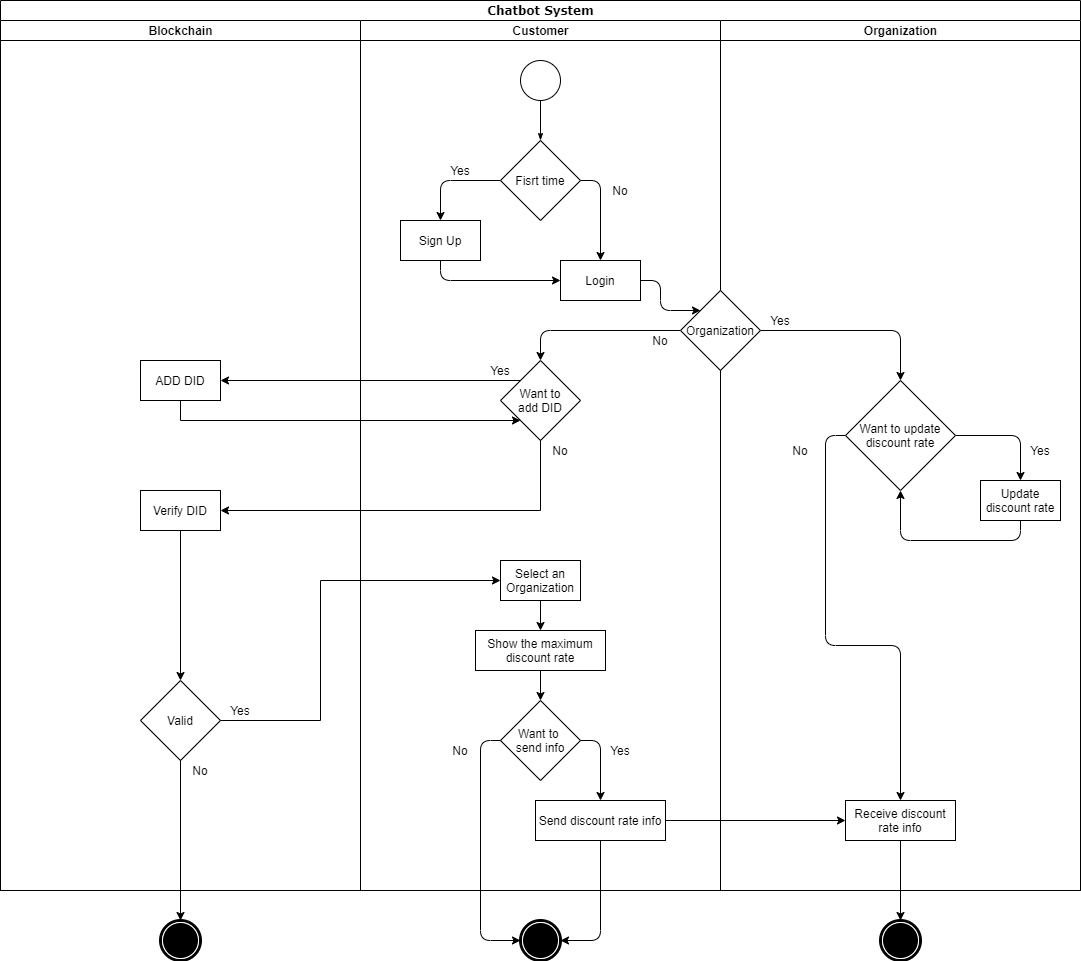
Earlier version of the draw.io export Diagram.png (jisu-uos/Diagram). Source tidied: cells renumbered, new cells last; positions are measured from the earlier drawing's top-left corner, leaving out a move shared by most shapes.
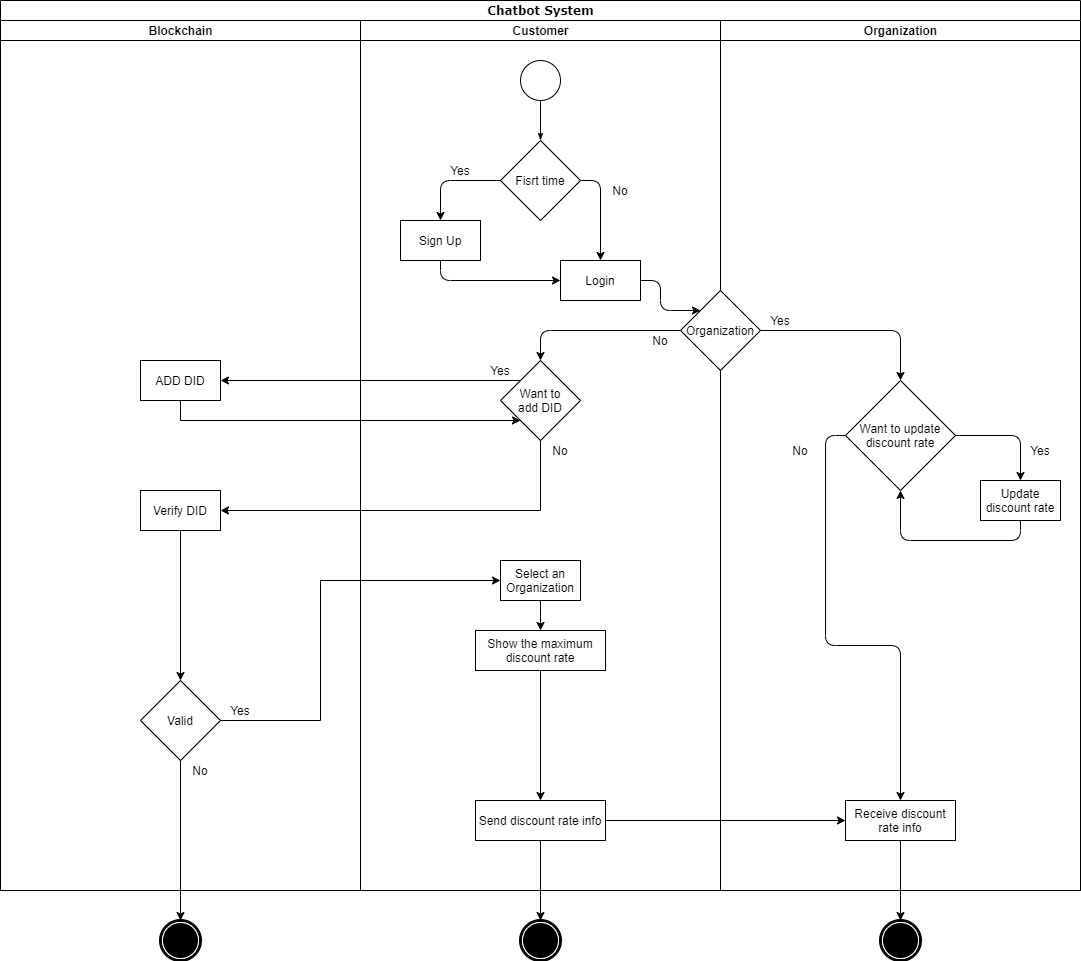
Above is the later version.

Diff of the diagram source:
```diff
@@ -44,12 +44,12 @@
     <mxCell id="15" value="Yes" style="text;html=1;strokeColor=none;fillColor=none;align=center;verticalAlign=middle;whiteSpace=wrap;" parent="11" vertex="1">
       <mxGeometry x="80" y="140" width="40" height="20" as="geometry" />
     </mxCell>
-    <mxCell id="16" value="No" style="text;html=1;strokeColor=none;fillColor=none;align=center;verticalAlign=middle;whiteSpace=wrap;" parent="11" vertex="1">
-      <mxGeometry x="80" y="720" width="40" height="20" as="geometry" />
-    </mxCell>
     <mxCell id="17" value="Yes" style="text;html=1;strokeColor=none;fillColor=none;align=center;verticalAlign=middle;whiteSpace=wrap;" parent="11" vertex="1">
       <mxGeometry x="120" y="340" width="40" height="20" as="geometry" />
     </mxCell>
+    <mxCell id="32" value="Send discount rate info" style="whiteSpace=wrap;html=1;" parent="11" vertex="1">
+      <mxGeometry x="115" y="780" width="130" height="40" as="geometry" />
+    </mxCell>
     <mxCell id="18" value="Want to&lt;br&gt;add DID" style="rhombus;whiteSpace=wrap;html=1;" parent="11" vertex="1">
       <mxGeometry x="140" y="340" width="80" height="80" as="geometry" />
     </mxCell>
@@ -72,15 +72,12 @@
     <mxCell id="23" style="edgeStyle=orthogonalEdgeStyle;rounded=0;jettySize=auto;html=1;exitX=0.5;exitY=1;exitDx=0;exitDy=0;" parent="11" edge="1" source="27" target="25">
       <mxGeometry relative="1" as="geometry" />
     </mxCell>
-    <mxCell id="24" style="edgeStyle=orthogonalEdgeStyle;jettySize=auto;html=1;exitX=0.5;exitY=1;exitDx=0;exitDy=0;entryX=0.5;entryY=0;entryDx=0;entryDy=0;" parent="11" edge="1" source="25" target="26">
+    <mxCell id="24" style="edgeStyle=orthogonalEdgeStyle;jettySize=auto;html=1;exitX=0.5;exitY=1;exitDx=0;exitDy=0;entryX=0.5;entryY=0;entryDx=0;entryDy=0;" parent="11" edge="1" source="25" target="32">
       <mxGeometry relative="1" as="geometry" />
     </mxCell>
     <mxCell id="25" value="Show the maximum&lt;br&gt;discount rate" style="whiteSpace=wrap;html=1;" parent="11" vertex="1">
       <mxGeometry x="115" y="610" width="130" height="40" as="geometry" />
     </mxCell>
-    <mxCell id="26" value="Want to &lt;br&gt;send info" style="rhombus;whiteSpace=wrap;html=1;" parent="11" vertex="1">
-      <mxGeometry x="140" y="680" width="80" height="80" as="geometry" />
-    </mxCell>
     <mxCell id="27" value="Select an Organization" style="whiteSpace=wrap;html=1;" parent="11" vertex="1">
       <mxGeometry x="140" y="540" width="80" height="40" as="geometry" />
     </mxCell>
@@ -90,15 +87,9 @@
     <mxCell id="29" value="Login" style="whiteSpace=wrap;html=1;" parent="11" vertex="1">
       <mxGeometry x="200" y="240" width="80" height="40" as="geometry" />
     </mxCell>
-    <mxCell id="30" value="Yes" style="text;html=1;strokeColor=none;fillColor=none;align=center;verticalAlign=middle;whiteSpace=wrap;" parent="11" vertex="1">
-      <mxGeometry x="240" y="720" width="40" height="20" as="geometry" />
-    </mxCell>
     <mxCell id="31" value="No" style="text;html=1;strokeColor=none;fillColor=none;align=center;verticalAlign=middle;whiteSpace=wrap;" parent="11" vertex="1">
       <mxGeometry x="240" y="160" width="40" height="20" as="geometry" />
     </mxCell>
-    <mxCell id="32" value="Send discount rate info" style="whiteSpace=wrap;html=1;" parent="11" vertex="1">
-      <mxGeometry x="175" y="780" width="130" height="40" as="geometry" />
-    </mxCell>
     <mxCell id="33" value="No" style="text;html=1;strokeColor=none;fillColor=none;align=center;verticalAlign=middle;whiteSpace=wrap;" parent="11" vertex="1">
       <mxGeometry x="280" y="310" width="40" height="20" as="geometry" />
     </mxCell>
@@ -172,22 +163,14 @@
     <mxCell id="54" style="edgeStyle=orthogonalEdgeStyle;jettySize=auto;html=1;exitX=0.5;exitY=1;exitDx=0;exitDy=0;entryX=0.5;entryY=0;entryDx=0;entryDy=0;" parent="1" edge="1" source="7" target="53">
       <mxGeometry relative="1" as="geometry" />
     </mxCell>
-    <mxCell id="55" style="edgeStyle=orthogonalEdgeStyle;jettySize=auto;html=1;exitX=0;exitY=0.5;exitDx=0;exitDy=0;entryX=0;entryY=0.5;entryDx=0;entryDy=0;" parent="1" edge="1" source="26" target="2">
-      <mxGeometry relative="1" as="geometry" />
-    </mxCell>
-    <mxCell id="56" style="edgeStyle=orthogonalEdgeStyle;jettySize=auto;html=1;exitX=1;exitY=0.5;exitDx=0;exitDy=0;" parent="1" edge="1" source="26">
-      <mxGeometry relative="1" as="geometry">
-        <mxPoint x="600" y="800" as="targetPoint" />
-      </mxGeometry>
-    </mxCell>
-    <mxCell id="57" style="edgeStyle=orthogonalEdgeStyle;jettySize=auto;html=1;exitX=0.5;exitY=1;exitDx=0;exitDy=0;entryX=1;entryY=0.5;entryDx=0;entryDy=0;" parent="1" edge="1" source="32" target="2">
-      <mxGeometry relative="1" as="geometry" />
-    </mxCell>
     <mxCell id="58" style="shape=mxgraph.bpmn.shape;html=1;verticalLabelPosition=bottom;verticalAlign=top;perimeter=ellipsePerimeter;outline=end;symbol=terminate;shadow=0;comic=0;strokeWidth=1;fontFamily=Verdana;fontSize=12;align=center;" parent="1" vertex="1">
       <mxGeometry x="880" y="920" width="40" height="40" as="geometry" />
     </mxCell>
     <mxCell id="59" style="edgeStyle=orthogonalEdgeStyle;rounded=1;jettySize=auto;html=1;exitX=0.5;exitY=1;exitDx=0;exitDy=0;" parent="1" edge="1" source="44" target="58">
       <mxGeometry relative="1" as="geometry" />
     </mxCell>
+    <mxCell id="57" style="edgeStyle=orthogonalEdgeStyle;rounded=0;jettySize=auto;html=1;exitX=0.5;exitY=1;exitDx=0;exitDy=0;" parent="1" edge="1" source="32" target="2">
+      <mxGeometry relative="1" as="geometry" />
+    </mxCell>
   </root>
 </mxGraphModel>
```
